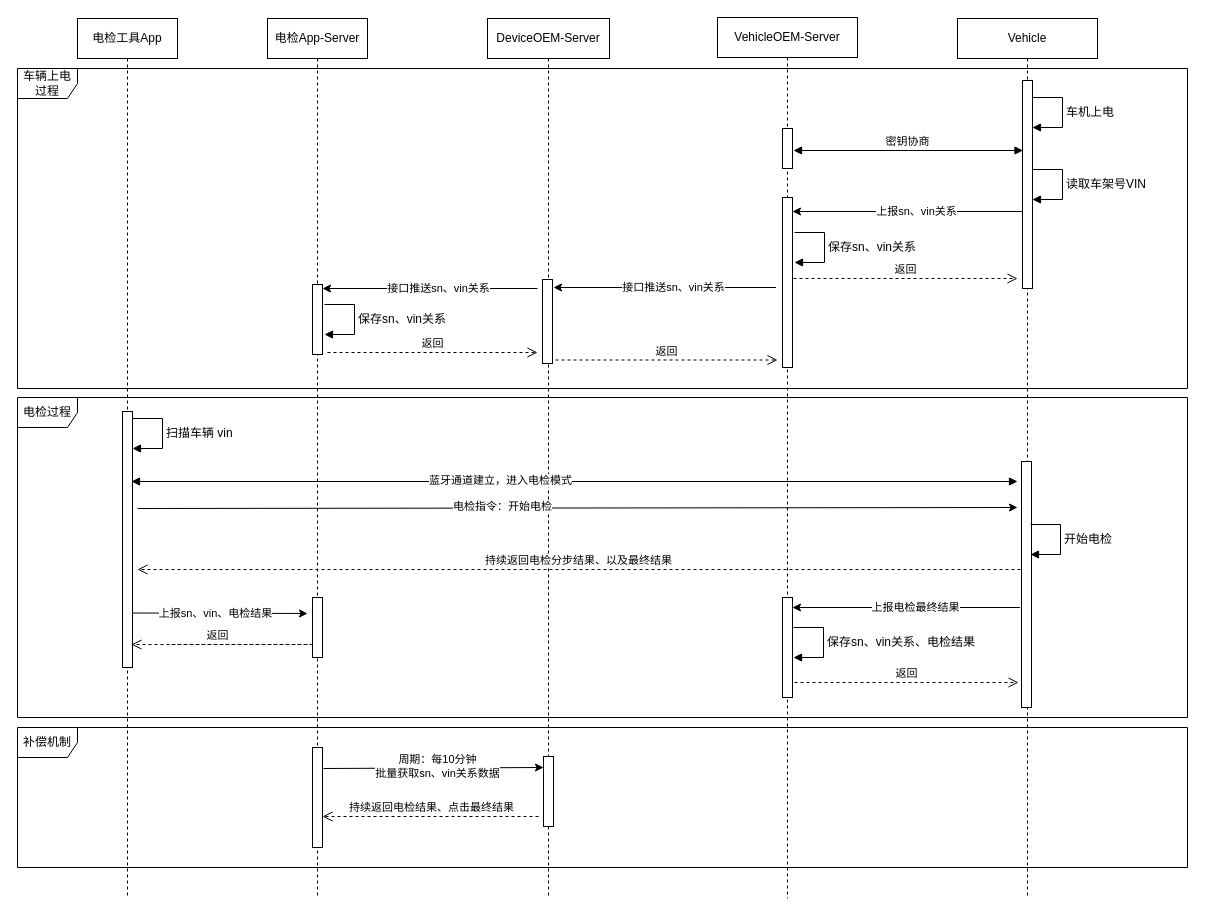
The draw.io diagram 电检流程.drawio in jianguocong/chart, before the edit. Source tidied: cells renumbered, new cells numbered last; positions are measured from the earlier drawing's top-left corner, leaving out a move shared by most shapes. Both pictures are drawn from the tidied source at 100%, with x=0, y=0 at pixel (17, 17).
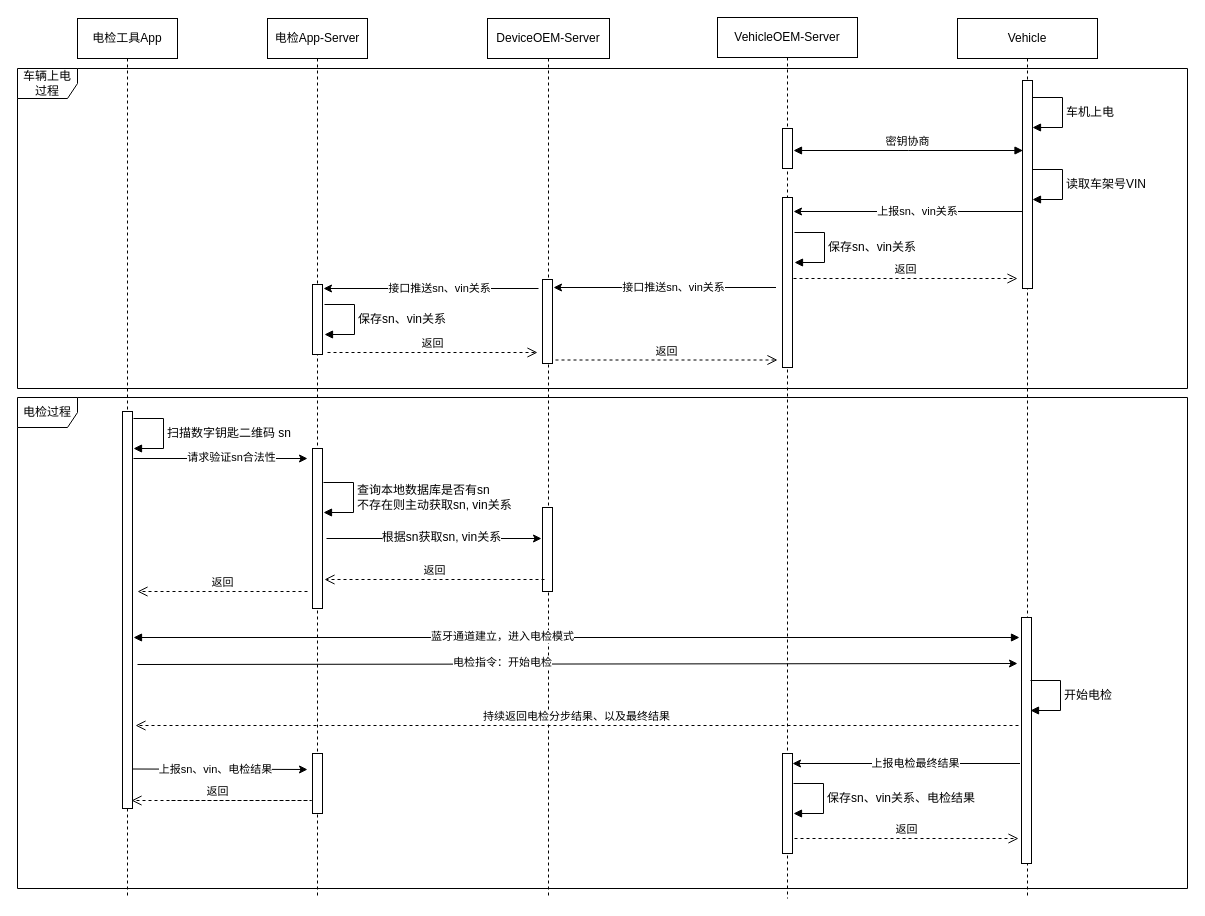
Above is the later version.

The change refers to these unchanged cells:
```xml
<mxCell id="2" value="Vehicle" style="shape=umlLifeline;perimeter=lifelinePerimeter;whiteSpace=wrap;html=1;newEdgeStyle={&quot;edgeStyle&quot;:&quot;elbowEdgeStyle&quot;,&quot;elbow&quot;:&quot;vertical&quot;,&quot;curved&quot;:0,&quot;rounded&quot;:0};" parent="1" vertex="1">
  <mxGeometry x="940" y="1" width="140" height="880" as="geometry" />
</mxCell>
<mxCell id="4" value="电检工具App" style="shape=umlLifeline;perimeter=lifelinePerimeter;whiteSpace=wrap;html=1;newEdgeStyle={&quot;edgeStyle&quot;:&quot;elbowEdgeStyle&quot;,&quot;elbow&quot;:&quot;vertical&quot;,&quot;curved&quot;:0,&quot;rounded&quot;:0};" parent="1" vertex="1">
  <mxGeometry x="60" y="1" width="100" height="880" as="geometry" />
</mxCell>
<mxCell id="6" value="电检App-Server" style="shape=umlLifeline;perimeter=lifelinePerimeter;whiteSpace=wrap;html=1;newEdgeStyle={&quot;edgeStyle&quot;:&quot;elbowEdgeStyle&quot;,&quot;elbow&quot;:&quot;vertical&quot;,&quot;curved&quot;:0,&quot;rounded&quot;:0};" parent="1" vertex="1">
  <mxGeometry x="250" y="1" width="100" height="880" as="geometry" />
</mxCell>
<mxCell id="7" style="html=1;points=[];perimeter=orthogonalPerimeter;outlineConnect=0;targetShapes=umlLifeline;portConstraint=eastwest;newEdgeStyle={&quot;edgeStyle&quot;:&quot;elbowEdgeStyle&quot;,&quot;elbow&quot;:&quot;vertical&quot;,&quot;curved&quot;:0,&quot;rounded&quot;:0};" parent="6" vertex="1">
  <mxGeometry x="45" y="266" width="10" height="70" as="geometry" />
</mxCell>
```

What changed in the source:
```diff
@@
     <mxCell id="3" style="html=1;perimeter=orthogonalPerimeter;targetShapes=umlLifeline;newEdgeStyle={&quot;edgeStyle&quot;:&quot;elbowEdgeStyle&quot;,&quot;elbow&quot;:&quot;vertical&quot;,&quot;curved&quot;:0,&quot;rounded&quot;:0};" parent="2" vertex="1">
-      <mxGeometry x="64" y="443" width="10" height="246" as="geometry" />
+      <mxGeometry x="64" y="599" width="10" height="246" as="geometry" />
     </mxCell>
@@
     <mxCell id="5" style="html=1;perimeter=orthogonalPerimeter;targetShapes=umlLifeline;newEdgeStyle={&quot;edgeStyle&quot;:&quot;elbowEdgeStyle&quot;,&quot;elbow&quot;:&quot;vertical&quot;,&quot;curved&quot;:0,&quot;rounded&quot;:0};" parent="4" vertex="1">
-      <mxGeometry x="45" y="393" width="10" height="256" as="geometry" />
+      <mxGeometry x="45" y="393" width="10" height="397" as="geometry" />
     </mxCell>
@@
     <mxCell id="8" style="html=1;perimeter=orthogonalPerimeter;targetShapes=umlLifeline;newEdgeStyle={&quot;edgeStyle&quot;:&quot;elbowEdgeStyle&quot;,&quot;elbow&quot;:&quot;vertical&quot;,&quot;curved&quot;:0,&quot;rounded&quot;:0};" parent="6" vertex="1">
-      <mxGeometry x="45" y="579" width="10" height="60" as="geometry" />
+      <mxGeometry x="45" y="735" width="10" height="60" as="geometry" />
     </mxCell>
+    <mxCell id="52" style="html=1;perimeter=orthogonalPerimeter;targetShapes=umlLifeline;newEdgeStyle={&quot;edgeStyle&quot;:&quot;elbowEdgeStyle&quot;,&quot;elbow&quot;:&quot;vertical&quot;,&quot;curved&quot;:0,&quot;rounded&quot;:0};" parent="6" vertex="1">
+      <mxGeometry x="45" y="430" width="10" height="160" as="geometry" />
+    </mxCell>
+    <mxCell id="53" value="查询本地数据库是否有sn&lt;div&gt;不存在则主动获取sn, vin关系&lt;br&gt;&lt;/div&gt;" style="html=1;align=left;spacingLeft=2;endArrow=block;rounded=0;edgeStyle=orthogonalEdgeStyle;curved=0;rounded=0;fontFamily=Helvetica;fontSize=12;fontColor=default;" parent="6" edge="1">
+      <mxGeometry relative="1" as="geometry">
+        <mxPoint x="56" y="464" as="sourcePoint" />
+        <mxPoint x="56" y="494" as="targetPoint" />
+        <Array as="points">
+          <mxPoint x="86" y="464" />
+          <mxPoint x="86" y="494" />
+        </Array>
+      </mxGeometry>
+    </mxCell>
@@
-    <mxCell id="20" value="扫描车辆 vin" style="html=1;align=left;spacingLeft=2;endArrow=block;rounded=0;edgeStyle=orthogonalEdgeStyle;curved=0;rounded=0;fontFamily=Helvetica;fontSize=12;fontColor=default;" parent="1" edge="1">
+    <mxCell id="20" value="扫描数字钥匙二维码 sn" style="html=1;align=left;spacingLeft=2;endArrow=block;rounded=0;edgeStyle=orthogonalEdgeStyle;curved=0;rounded=0;fontFamily=Helvetica;fontSize=12;fontColor=default;" parent="1" edge="1">
       <mxGeometry relative="1" as="geometry">
-        <mxPoint x="115" y="401" as="sourcePoint" />
-        <mxPoint x="115" y="431" as="targetPoint" />
+        <mxPoint x="116" y="401" as="sourcePoint" />
+        <mxPoint x="116" y="431" as="targetPoint" />
         <Array as="points">
-          <mxPoint x="145" y="401" />
-          <mxPoint x="145" y="431" />
+          <mxPoint x="146" y="401" />
+          <mxPoint x="146" y="431" />
         </Array>
       </mxGeometry>
     </mxCell>
     <mxCell id="21" style="endArrow=block;html=1;rounded=0;startArrow=block;startFill=1;endFill=1;" parent="1" edge="1">
       <mxGeometry relative="1" as="geometry">
-        <mxPoint x="114" y="464" as="sourcePoint" />
-        <mxPoint x="1000" y="464" as="targetPoint" />
+        <mxPoint x="116" y="620" as="sourcePoint" />
+        <mxPoint x="1002" y="620" as="targetPoint" />
       </mxGeometry>
     </mxCell>
@@
-    <mxCell id="23" value="补偿机制" style="shape=umlFrame;whiteSpace=wrap;html=1;sketch=0;strokeColor=default;align=center;verticalAlign=middle;fontFamily=Helvetica;fontSize=12;fontColor=default;fillColor=default;" parent="1" vertex="1">
-      <mxGeometry y="710" width="1170" height="140" as="geometry" />
-    </mxCell>
@@
     <mxCell id="26" style="endArrow=classic;html=1;rounded=0;" parent="1" edge="1">
       <mxGeometry relative="1" as="geometry">
-        <mxPoint x="1004.5" y="194" as="sourcePoint" />
-        <mxPoint x="775" y="194" as="targetPoint" />
+        <mxPoint x="1005.5" y="194" as="sourcePoint" />
+        <mxPoint x="776" y="194" as="targetPoint" />
       </mxGeometry>
     </mxCell>
@@
-    <mxCell id="29" style="endArrow=classic;html=1;rounded=0;" parent="1" edge="1" target="7">
+    <mxCell id="29" style="endArrow=classic;html=1;rounded=0;" parent="1" edge="1">
       <mxGeometry relative="1" as="geometry">
-        <mxPoint x="520" y="271" as="sourcePoint" />
+        <mxPoint x="521" y="271" as="sourcePoint" />
+        <mxPoint x="306" y="271" as="targetPoint" />
       </mxGeometry>
     </mxCell>
@@
     <mxCell id="33" style="endArrow=classic;html=1;rounded=0;" parent="1" edge="1">
       <mxGeometry relative="1" as="geometry">
-        <mxPoint x="120" y="491" as="sourcePoint" />
-        <mxPoint x="1000" y="490" as="targetPoint" />
+        <mxPoint x="120" y="647" as="sourcePoint" />
+        <mxPoint x="1000" y="646" as="targetPoint" />
       </mxGeometry>
     </mxCell>
@@
     <mxCell id="35" value="开始电检" style="html=1;align=left;spacingLeft=2;endArrow=block;rounded=0;edgeStyle=orthogonalEdgeStyle;curved=0;rounded=0;fontFamily=Helvetica;fontSize=12;fontColor=default;" parent="1" edge="1">
       <mxGeometry relative="1" as="geometry">
-        <mxPoint x="1013" y="507" as="sourcePoint" />
-        <mxPoint x="1013" y="537" as="targetPoint" />
+        <mxPoint x="1013" y="663" as="sourcePoint" />
+        <mxPoint x="1013" y="693" as="targetPoint" />
         <Array as="points">
-          <mxPoint x="1043" y="507" />
-          <mxPoint x="1043" y="537" />
+          <mxPoint x="1043" y="663" />
+          <mxPoint x="1043" y="693" />
         </Array>
       </mxGeometry>
     </mxCell>
     <mxCell id="36" value="持续返回电检分步结果、以及最终结果" style="html=1;verticalAlign=bottom;endArrow=open;dashed=1;endSize=8;edgeStyle=elbowEdgeStyle;elbow=vertical;curved=0;rounded=0;" parent="1" edge="1">
       <mxGeometry relative="1" as="geometry">
-        <mxPoint x="1003" y="552" as="sourcePoint" />
-        <mxPoint x="120" y="552" as="targetPoint" />
+        <mxPoint x="1001" y="708" as="sourcePoint" />
+        <mxPoint x="118" y="708" as="targetPoint" />
       </mxGeometry>
     </mxCell>
     <mxCell id="37" style="endArrow=classic;html=1;rounded=0;" parent="1" edge="1">
       <mxGeometry relative="1" as="geometry">
-        <mxPoint x="115" y="595.5" as="sourcePoint" />
-        <mxPoint x="290" y="596" as="targetPoint" />
+        <mxPoint x="115" y="751.5" as="sourcePoint" />
+        <mxPoint x="290" y="752" as="targetPoint" />
       </mxGeometry>
     </mxCell>
@@
     <mxCell id="39" style="endArrow=classic;html=1;rounded=0;" parent="1" edge="1">
       <mxGeometry relative="1" as="geometry">
-        <mxPoint x="1002.5" y="590" as="sourcePoint" />
-        <mxPoint x="775" y="590" as="targetPoint" />
+        <mxPoint x="1002.5" y="746" as="sourcePoint" />
+        <mxPoint x="775" y="746" as="targetPoint" />
       </mxGeometry>
     </mxCell>
@@
     <mxCell id="41" style="html=1;perimeter=orthogonalPerimeter;targetShapes=umlLifeline;newEdgeStyle={&quot;edgeStyle&quot;:&quot;elbowEdgeStyle&quot;,&quot;elbow&quot;:&quot;vertical&quot;,&quot;curved&quot;:0,&quot;rounded&quot;:0};" parent="1" vertex="1">
-      <mxGeometry x="765" y="580" width="10" height="100" as="geometry" />
+      <mxGeometry x="765" y="736" width="10" height="100" as="geometry" />
     </mxCell>
     <mxCell id="42" value="保存sn、vin关系、电检结果" style="html=1;align=left;spacingLeft=2;endArrow=block;rounded=0;edgeStyle=orthogonalEdgeStyle;curved=0;rounded=0;fontFamily=Helvetica;fontSize=12;fontColor=default;" parent="1" edge="1">
       <mxGeometry relative="1" as="geometry">
-        <mxPoint x="776" y="610" as="sourcePoint" />
-        <mxPoint x="776" y="640" as="targetPoint" />
+        <mxPoint x="776" y="766" as="sourcePoint" />
+        <mxPoint x="776" y="796" as="targetPoint" />
         <Array as="points">
-          <mxPoint x="806" y="610" />
-          <mxPoint x="806" y="640" />
+          <mxPoint x="806" y="766" />
+          <mxPoint x="806" y="796" />
         </Array>
       </mxGeometry>
     </mxCell>
     <mxCell id="43" value="返回" style="html=1;verticalAlign=bottom;endArrow=open;dashed=1;endSize=8;edgeStyle=elbowEdgeStyle;elbow=vertical;curved=0;rounded=0;" parent="1" edge="1">
       <mxGeometry relative="1" as="geometry">
-        <mxPoint x="777" y="665" as="sourcePoint" />
-        <mxPoint x="1001" y="665" as="targetPoint" />
+        <mxPoint x="777" y="821" as="sourcePoint" />
+        <mxPoint x="1001" y="821" as="targetPoint" />
         <Array as="points">
-          <mxPoint x="867" y="665" />
+          <mxPoint x="867" y="821" />
         </Array>
       </mxGeometry>
     </mxCell>
     <mxCell id="44" value="返回" style="html=1;verticalAlign=bottom;endArrow=open;dashed=1;endSize=8;edgeStyle=elbowEdgeStyle;elbow=vertical;curved=0;rounded=0;" parent="1" edge="1">
       <mxGeometry x="0.46" relative="1" as="geometry">
-        <mxPoint x="154" y="627" as="sourcePoint" />
-        <mxPoint x="114" y="627" as="targetPoint" />
+        <mxPoint x="154" y="783" as="sourcePoint" />
+        <mxPoint x="114" y="783" as="targetPoint" />
         <Array as="points">
-          <mxPoint x="294" y="627" />
+          <mxPoint x="294" y="783" />
         </Array>
       </mxGeometry>
     </mxCell>
-    <mxCell id="45" style="endArrow=classic;html=1;rounded=0;entryX=0.4;entryY=0.125;entryDx=0;entryDy=0;entryPerimeter=0;" parent="1" edge="1">
-      <mxGeometry relative="1" as="geometry">
-        <mxPoint x="306" y="751" as="sourcePoint" />
-        <mxPoint x="526" y="750" as="targetPoint" />
-      </mxGeometry>
-    </mxCell>
-    <mxCell id="46" value="周期：每10分钟&lt;div&gt;批量获取sn、vin关系数据&lt;/div&gt;" style="edgeLabel;html=1;align=center;verticalAlign=middle;" parent="45" vertex="1">
-      <mxGeometry x="-0.17" y="2" relative="1" as="geometry">
-        <mxPoint x="23" as="offset" />
-      </mxGeometry>
-    </mxCell>
-    <mxCell id="47" style="html=1;perimeter=orthogonalPerimeter;targetShapes=umlLifeline;newEdgeStyle={&quot;edgeStyle&quot;:&quot;elbowEdgeStyle&quot;,&quot;elbow&quot;:&quot;vertical&quot;,&quot;curved&quot;:0,&quot;rounded&quot;:0};" parent="1" vertex="1">
-      <mxGeometry x="295" y="730" width="10" height="100" as="geometry" />
-    </mxCell>
-    <mxCell id="48" style="html=1;perimeter=orthogonalPerimeter;targetShapes=umlLifeline;newEdgeStyle={&quot;edgeStyle&quot;:&quot;elbowEdgeStyle&quot;,&quot;elbow&quot;:&quot;vertical&quot;,&quot;curved&quot;:0,&quot;rounded&quot;:0};" parent="1" vertex="1">
-      <mxGeometry x="526" y="739" width="10" height="70" as="geometry" />
-    </mxCell>
-    <mxCell id="49" value="持续返回电检结果、点击最终结果" style="html=1;verticalAlign=bottom;endArrow=open;dashed=1;endSize=8;edgeStyle=elbowEdgeStyle;elbow=vertical;curved=0;rounded=0;" parent="1" edge="1">
-      <mxGeometry relative="1" as="geometry">
-        <mxPoint x="521" y="799" as="sourcePoint" />
-        <mxPoint x="305" y="799" as="targetPoint" />
-        <mxPoint x="1" as="offset" />
-      </mxGeometry>
-    </mxCell>
     <mxCell id="50" value="电检过程" style="shape=umlFrame;whiteSpace=wrap;html=1;sketch=0;strokeColor=default;align=center;verticalAlign=middle;fontFamily=Helvetica;fontSize=12;fontColor=default;fillColor=default;" parent="1" vertex="1">
-      <mxGeometry y="380" width="1170" height="320" as="geometry" />
+      <mxGeometry y="380" width="1170" height="491" as="geometry" />
     </mxCell>
@@
+    <mxCell id="54" style="endArrow=classic;html=1;rounded=0;" parent="1" edge="1">
+      <mxGeometry relative="1" as="geometry">
+        <mxPoint x="116" y="441" as="sourcePoint" />
+        <mxPoint x="290" y="441" as="targetPoint" />
+      </mxGeometry>
+    </mxCell>
+    <mxCell id="55" value="请求验证sn合法性" style="edgeLabel;html=1;align=center;verticalAlign=middle;" parent="54" vertex="1">
+      <mxGeometry x="-0.17" y="2" relative="1" as="geometry">
+        <mxPoint x="25" as="offset" />
+      </mxGeometry>
+    </mxCell>
+    <mxCell id="56" style="html=1;perimeter=orthogonalPerimeter;targetShapes=umlLifeline;newEdgeStyle={&quot;edgeStyle&quot;:&quot;elbowEdgeStyle&quot;,&quot;elbow&quot;:&quot;vertical&quot;,&quot;curved&quot;:0,&quot;rounded&quot;:0};" parent="1" vertex="1">
+      <mxGeometry x="525" y="490" width="10" height="84" as="geometry" />
+    </mxCell>
+    <mxCell id="57" style="endArrow=classic;html=1;rounded=0;" parent="1" edge="1">
+      <mxGeometry relative="1" as="geometry">
+        <mxPoint x="309" y="521" as="sourcePoint" />
+        <mxPoint x="524" y="521" as="targetPoint" />
+      </mxGeometry>
+    </mxCell>
+    <mxCell id="58" value="&lt;span style=&quot;font-size: 12px; text-align: left;&quot;&gt;根据sn获取sn, vin关系&lt;/span&gt;" style="edgeLabel;html=1;align=center;verticalAlign=middle;" parent="57" vertex="1">
+      <mxGeometry x="-0.17" y="2" relative="1" as="geometry">
+        <mxPoint x="25" as="offset" />
+      </mxGeometry>
+    </mxCell>
+    <mxCell id="59" value="返回" style="html=1;verticalAlign=bottom;endArrow=open;dashed=1;endSize=8;edgeStyle=elbowEdgeStyle;elbow=vertical;curved=0;rounded=0;" parent="1" edge="1">
+      <mxGeometry relative="1" as="geometry">
+        <mxPoint x="527" y="562" as="sourcePoint" />
+        <mxPoint x="307" y="562" as="targetPoint" />
+      </mxGeometry>
+    </mxCell>
+    <mxCell id="60" value="返回" style="html=1;verticalAlign=bottom;endArrow=open;dashed=1;endSize=8;edgeStyle=elbowEdgeStyle;elbow=vertical;curved=0;rounded=0;" parent="1" edge="1">
+      <mxGeometry relative="1" as="geometry">
+        <mxPoint x="290" y="574" as="sourcePoint" />
+        <mxPoint x="120" y="574" as="targetPoint" />
+      </mxGeometry>
+    </mxCell>
```
